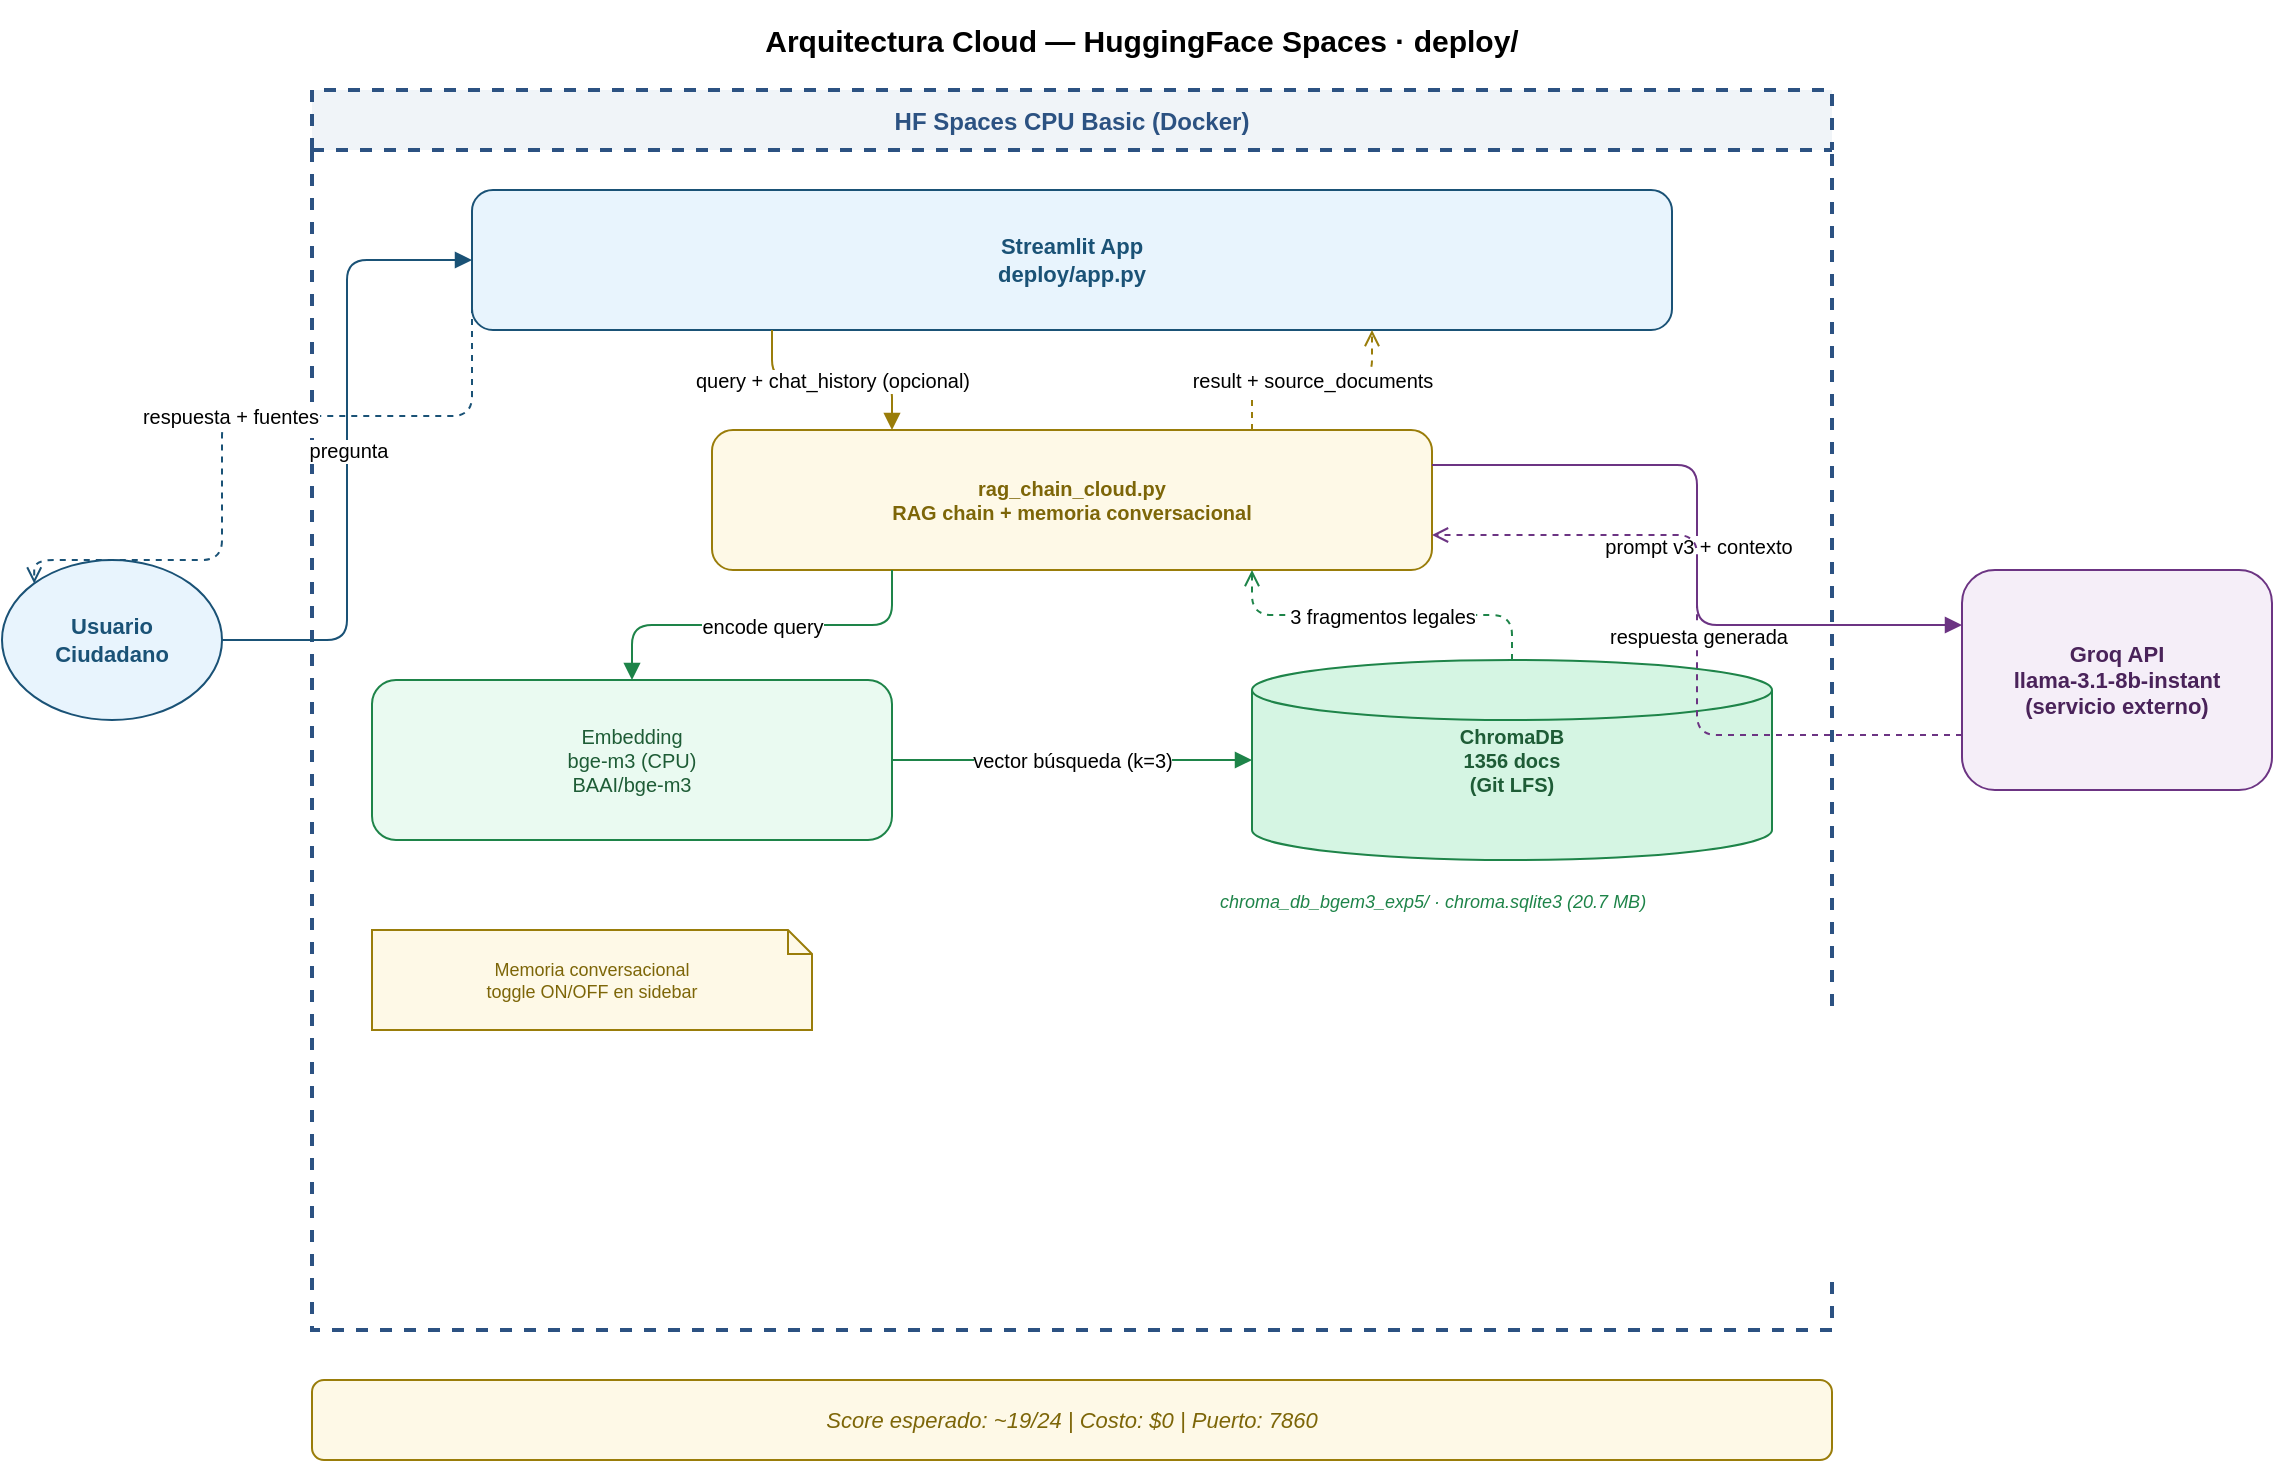
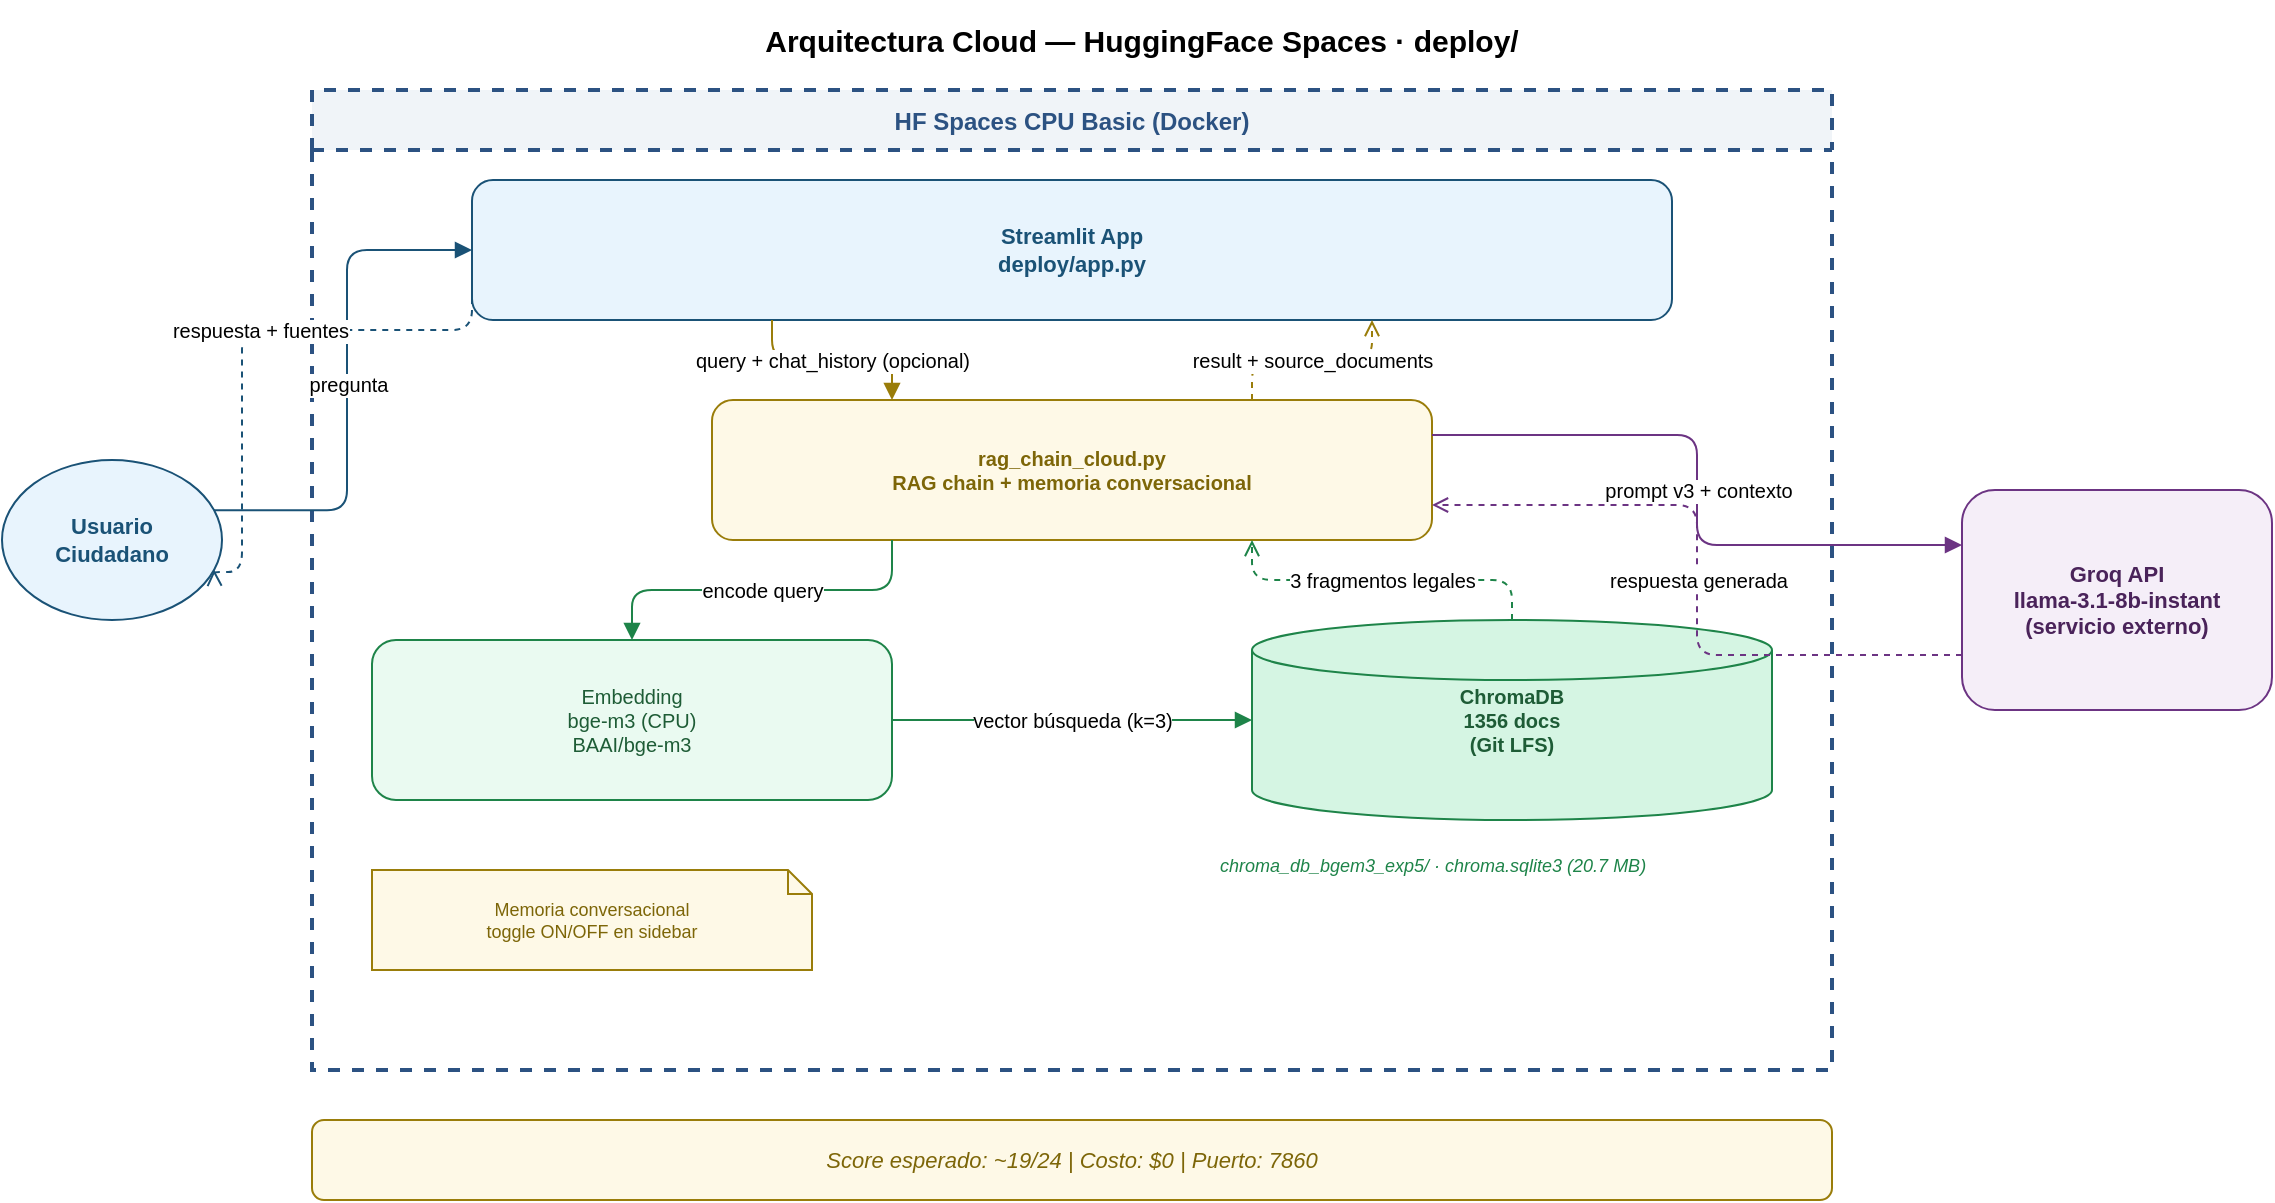
<?xml version="1.0" encoding="UTF-8"?>
<mxfile host="drawio" version="26.0.0">
  <diagram name="Arquitectura Cloud">
-     <mxGraphModel dx="1422" dy="762" grid="1" gridSize="10" guides="1" tooltips="1" connect="1" arrows="1" fold="1" page="1" pageScale="1" pageWidth="1169" pageHeight="820" math="0" shadow="0">
+     <mxGraphModel dx="1422" dy="762" grid="1" gridSize="10" guides="1" tooltips="1" connect="1" arrows="1" fold="1" page="1" pageScale="1" pageWidth="1169" pageHeight="760" math="0" shadow="0">
      <root>
        <mxCell id="0" />
        <mxCell id="1" parent="0" />

        <mxCell id="2" value="Arquitectura Cloud — HuggingFace Spaces · deploy/" style="text;html=1;strokeColor=none;fillColor=none;align=center;verticalAlign=middle;whiteSpace=wrap;rounded=0;fontSize=15;fontStyle=1;" vertex="1" parent="1">
          <mxGeometry x="40" y="10" width="1100" height="40" as="geometry" />
        </mxCell>

-         <!-- Usuario — azul profundo -->
+         <!-- Usuario — azul profundo, alineado verticalmente con el centro del contenedor -->
        <mxCell id="8" value="Usuario&#xa;Ciudadano" style="ellipse;whiteSpace=wrap;html=1;fillColor=#e8f4fd;strokeColor=#1a5276;fontStyle=1;fontSize=11;fontColor=#1a5276;" vertex="1" parent="1">
-           <mxGeometry x="20" y="290" width="110" height="80" as="geometry" />
+           <mxGeometry x="20" y="240" width="110" height="80" as="geometry" />
        </mxCell>

-         <!-- HF Spaces container — dashed, cloud blue -->
+         <!-- HF Spaces container — dashed, cloud blue — altura ajustada -->
        <mxCell id="3" value="HF Spaces CPU Basic (Docker)" style="swimlane;startSize=30;dashed=1;strokeWidth=2;fillColor=#f0f4f8;strokeColor=#2c5282;fontStyle=1;fontSize=12;fontColor=#2c5282;" vertex="1" parent="1">
-           <mxGeometry x="175" y="55" width="760" height="620" as="geometry" />
+           <mxGeometry x="175" y="55" width="760" height="490" as="geometry" />
        </mxCell>

        <!-- Streamlit App — azul profundo -->
        <mxCell id="4" value="Streamlit App&#xa;deploy/app.py" style="rounded=1;whiteSpace=wrap;html=1;fillColor=#e8f4fd;strokeColor=#1a5276;fontStyle=1;fontSize=11;fontColor=#1a5276;" vertex="1" parent="3">
-           <mxGeometry x="80" y="50" width="600" height="70" as="geometry" />
+           <mxGeometry x="80" y="45" width="600" height="70" as="geometry" />
        </mxCell>

        <!-- rag_chain_cloud.py — dorado -->
        <mxCell id="5" value="rag_chain_cloud.py&#xa;RAG chain + memoria conversacional" style="rounded=1;whiteSpace=wrap;html=1;fillColor=#fef9e7;strokeColor=#9a7d0a;fontStyle=1;fontSize=10;fontColor=#7d6608;" vertex="1" parent="3">
-           <mxGeometry x="200" y="170" width="360" height="70" as="geometry" />
+           <mxGeometry x="200" y="155" width="360" height="70" as="geometry" />
        </mxCell>

        <!-- bge-m3 CPU — verde legal -->
        <mxCell id="6" value="Embedding&#xa;bge-m3 (CPU)&#xa;BAAI/bge-m3" style="rounded=1;whiteSpace=wrap;html=1;fillColor=#eafaf1;strokeColor=#1e8449;fontSize=10;fontColor=#1e5c36;" vertex="1" parent="3">
-           <mxGeometry x="30" y="295" width="260" height="80" as="geometry" />
+           <mxGeometry x="30" y="275" width="260" height="80" as="geometry" />
        </mxCell>

        <!-- ChromaDB — verde oscuro cylinder -->
        <mxCell id="7" value="ChromaDB&#xa;1356 docs&#xa;(Git LFS)" style="shape=cylinder3;whiteSpace=wrap;html=1;fillColor=#d5f5e3;strokeColor=#1e8449;fontStyle=1;fontSize=10;fontColor=#1e5c36;" vertex="1" parent="3">
-           <mxGeometry x="470" y="285" width="260" height="100" as="geometry" />
+           <mxGeometry x="470" y="265" width="260" height="100" as="geometry" />
        </mxCell>

        <!-- Nota memoria conversacional — dorado -->
        <mxCell id="12" value="Memoria conversacional&#xa;toggle ON/OFF en sidebar" style="shape=note;whiteSpace=wrap;html=1;backgroundOutline=1;size=12;fillColor=#fef9e7;strokeColor=#9a7d0a;fontSize=9;fontColor=#7d6608;" vertex="1" parent="3">
-           <mxGeometry x="30" y="420" width="220" height="50" as="geometry" />
+           <mxGeometry x="30" y="390" width="220" height="50" as="geometry" />
        </mxCell>

        <!-- Ruta ChromaDB -->
        <mxCell id="13" value="chroma_db_bgem3_exp5/  ·  chroma.sqlite3 (20.7 MB)" style="text;html=1;strokeColor=none;fillColor=none;align=center;verticalAlign=middle;fontSize=9;fontStyle=2;fontColor=#1e8449;" vertex="1" parent="3">
-           <mxGeometry x="400" y="395" width="320" height="22" as="geometry" />
+           <mxGeometry x="400" y="377" width="320" height="22" as="geometry" />
        </mxCell>

        <!-- Groq API — púrpura (externo) -->
        <mxCell id="9" value="Groq API&#xa;llama-3.1-8b-instant&#xa;(servicio externo)" style="rounded=1;whiteSpace=wrap;html=1;fillColor=#f5eef8;strokeColor=#6c3483;fontStyle=1;fontSize=11;fontColor=#4a235a;" vertex="1" parent="1">
-           <mxGeometry x="1000" y="295" width="155" height="110" as="geometry" />
+           <mxGeometry x="1000" y="255" width="155" height="110" as="geometry" />
        </mxCell>

        <!-- Nota al pie — dorado -->
        <mxCell id="10" value="Score esperado: ~19/24  |  Costo: $0  |  Puerto: 7860" style="rounded=1;whiteSpace=wrap;html=1;fillColor=#fef9e7;strokeColor=#9a7d0a;fontSize=11;fontColor=#7d6608;fontStyle=2;" vertex="1" parent="1">
-           <mxGeometry x="175" y="700" width="760" height="40" as="geometry" />
+           <mxGeometry x="175" y="570" width="760" height="40" as="geometry" />
        </mxCell>

        <!-- EDGES -->

-         <!-- 1. Usuario → Streamlit (pregunta) — entra por la izquierda -->
-         <mxCell id="20" value="pregunta" style="edgeStyle=orthogonalEdgeStyle;rounded=1;orthogonalLoop=1;jettySize=auto;html=1;strokeColor=#1a5276;fontSize=10;endArrow=block;endFill=1;exitX=1;exitY=0.5;exitDx=0;exitDy=0;entryX=0;entryY=0.5;entryDx=0;entryDy=0;" edge="1" parent="1" source="8" target="4">
+         <!-- 1. Usuario → Streamlit (pregunta) — entra por el lado izquierdo de Streamlit, con waypoint para separarse del retorno -->
+         <mxCell id="20" value="pregunta" style="edgeStyle=orthogonalEdgeStyle;rounded=1;orthogonalLoop=1;jettySize=auto;html=1;strokeColor=#1a5276;fontSize=10;endArrow=block;endFill=1;exitX=1;exitY=0.3;exitDx=0;exitDy=0;entryX=0;entryY=0.5;entryDx=0;entryDy=0;" edge="1" parent="1" source="8" target="4">
          <mxGeometry relative="1" as="geometry" />
        </mxCell>

-         <!-- 9. Streamlit → Usuario (return, respuesta + fuentes) — sale por abajo, entra por arriba -->
-         <mxCell id="28" value="respuesta + fuentes" style="edgeStyle=orthogonalEdgeStyle;rounded=1;orthogonalLoop=1;jettySize=auto;html=1;dashed=1;strokeColor=#1a5276;fontSize=10;endArrow=open;endFill=0;exitX=0;exitY=0.75;exitDx=0;exitDy=0;entryX=0;entryY=0;entryDx=0;entryDy=0;" edge="1" parent="1" source="4" target="8">
+         <!-- 9. Streamlit → Usuario (respuesta + fuentes) — retorno separado del anterior con waypoints externos -->
+         <mxCell id="28" value="respuesta + fuentes" style="edgeStyle=orthogonalEdgeStyle;rounded=1;orthogonalLoop=1;jettySize=auto;html=1;dashed=1;strokeColor=#1a5276;fontSize=10;endArrow=open;endFill=0;exitX=0;exitY=0.5;exitDx=0;exitDy=0;entryX=1;entryY=0.7;entryDx=0;entryDy=0;" edge="1" parent="1" source="4" target="8">
          <mxGeometry relative="1" as="geometry">
            <Array as="points">
-               <mxPoint x="130" y="218" />
-               <mxPoint x="130" y="290" />
+               <mxPoint x="140" y="175" />
+               <mxPoint x="140" y="296" />
            </Array>
          </mxGeometry>
        </mxCell>

-         <!-- 2. Streamlit → rag_chain (query + chat_history) — sale por abajo-izquierda -->
+         <!-- 2. Streamlit → rag_chain (query + chat_history) — baja por el lado izquierdo -->
        <mxCell id="21" value="query + chat_history (opcional)" style="edgeStyle=orthogonalEdgeStyle;rounded=1;orthogonalLoop=1;jettySize=auto;html=1;strokeColor=#9a7d0a;fontSize=10;endArrow=block;endFill=1;exitX=0.25;exitY=1;exitDx=0;exitDy=0;entryX=0.25;entryY=0;entryDx=0;entryDy=0;" edge="1" parent="1" source="4" target="5">
          <mxGeometry relative="1" as="geometry" />
        </mxCell>

-         <!-- 8. rag_chain → Streamlit (return, result + source_documents) — sale por arriba-derecha -->
+         <!-- 8. rag_chain → Streamlit (result + source_documents) — sube por el lado derecho -->
        <mxCell id="27" value="result + source_documents" style="edgeStyle=orthogonalEdgeStyle;rounded=1;orthogonalLoop=1;jettySize=auto;html=1;dashed=1;strokeColor=#9a7d0a;fontSize=10;endArrow=open;endFill=0;exitX=0.75;exitY=0;exitDx=0;exitDy=0;entryX=0.75;entryY=1;entryDx=0;entryDy=0;" edge="1" parent="1" source="5" target="4">
          <mxGeometry relative="1" as="geometry" />
        </mxCell>

        <!-- 3. rag_chain → bge-m3 (encode query) -->
        <mxCell id="22" value="encode query" style="edgeStyle=orthogonalEdgeStyle;rounded=1;orthogonalLoop=1;jettySize=auto;html=1;strokeColor=#1e8449;fontSize=10;endArrow=block;endFill=1;exitX=0.25;exitY=1;exitDx=0;exitDy=0;entryX=0.5;entryY=0;entryDx=0;entryDy=0;" edge="1" parent="1" source="5" target="6">
          <mxGeometry relative="1" as="geometry" />
        </mxCell>

        <!-- 4. bge-m3 → ChromaDB (vector búsqueda) -->
        <mxCell id="23" value="vector búsqueda (k=3)" style="edgeStyle=orthogonalEdgeStyle;rounded=1;orthogonalLoop=1;jettySize=auto;html=1;strokeColor=#1e8449;fontSize=10;endArrow=block;endFill=1;exitX=1;exitY=0.5;exitDx=0;exitDy=0;entryX=0;entryY=0.5;entryDx=0;entryDy=0;" edge="1" parent="1" source="6" target="7">
          <mxGeometry relative="1" as="geometry" />
        </mxCell>

-         <!-- 5. ChromaDB → rag_chain (return, 3 fragmentos) — sale por arriba -->
+         <!-- 5. ChromaDB → rag_chain (3 fragmentos, return dashed) — sube por el lado derecho -->
        <mxCell id="24" value="3 fragmentos legales" style="edgeStyle=orthogonalEdgeStyle;rounded=1;orthogonalLoop=1;jettySize=auto;html=1;dashed=1;strokeColor=#1e8449;fontSize=10;endArrow=open;endFill=0;exitX=0.5;exitY=0;exitDx=0;exitDy=0;entryX=0.75;entryY=1;entryDx=0;entryDy=0;" edge="1" parent="1" source="7" target="5">
          <mxGeometry relative="1" as="geometry" />
        </mxCell>

-         <!-- 6. rag_chain → Groq API (prompt v3) — sale por la derecha -->
+         <!-- 6. rag_chain → Groq API (prompt v3) — sale por la derecha, parte superior -->
        <mxCell id="25" value="prompt v3 + contexto" style="edgeStyle=orthogonalEdgeStyle;rounded=1;orthogonalLoop=1;jettySize=auto;html=1;strokeColor=#6c3483;fontSize=10;endArrow=block;endFill=1;exitX=1;exitY=0.25;exitDx=0;exitDy=0;entryX=0;entryY=0.25;entryDx=0;entryDy=0;" edge="1" parent="1" source="5" target="9">
          <mxGeometry relative="1" as="geometry" />
        </mxCell>

-         <!-- 7. Groq API → rag_chain (return, respuesta generada) — sale por la izquierda -->
+         <!-- 7. Groq API → rag_chain (respuesta generada, return dashed) — parte inferior -->
        <mxCell id="26" value="respuesta generada" style="edgeStyle=orthogonalEdgeStyle;rounded=1;orthogonalLoop=1;jettySize=auto;html=1;dashed=1;strokeColor=#6c3483;fontSize=10;endArrow=open;endFill=0;exitX=0;exitY=0.75;exitDx=0;exitDy=0;entryX=1;entryY=0.75;entryDx=0;entryDy=0;" edge="1" parent="1" source="9" target="5">
          <mxGeometry relative="1" as="geometry" />
        </mxCell>

      </root>
    </mxGraphModel>
  </diagram>
</mxfile>
